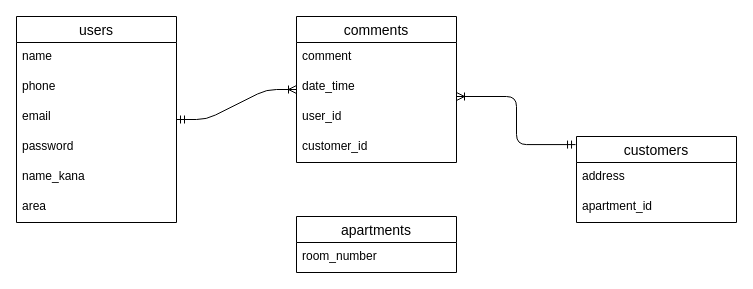
MaaaaaaaSa/VisitHistory keeps this draw.io diagram as visit.dio. Above is the earlier version. Source tidied: cells renumbered, new cells numbered last; positions are measured from the earlier drawing's top-left corner, leaving out a move shared by most shapes. Both pictures are drawn from the tidied source at 100%, with x=0, y=0 at pixel (16, 16).
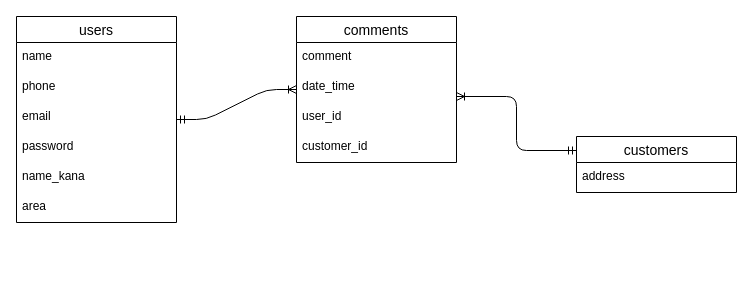
The same diagram, later.

The edit, as a diff of the source:
```diff
@@
     <mxCell id="9" value="customers" style="swimlane;fontStyle=0;horizontal=1;startSize=26;align=center;fontSize=14;" parent="1" vertex="1">
-      <mxGeometry x="560" y="120" width="160" height="86" as="geometry" />
+      <mxGeometry x="560" y="120" width="160" height="56" as="geometry" />
     </mxCell>
@@
-    <mxCell id="11" value="apartment_id" style="text;strokeColor=none;fillColor=none;spacingLeft=4;spacingRight=4;overflow=hidden;fontSize=12;" parent="9" vertex="1">
-      <mxGeometry y="56" width="160" height="30" as="geometry" />
-    </mxCell>
-    <mxCell id="12" value="apartments" style="swimlane;fontStyle=0;horizontal=1;startSize=26;align=center;fontSize=14;" parent="1" vertex="1">
-      <mxGeometry x="280" y="200" width="160" height="56" as="geometry" />
-    </mxCell>
-    <mxCell id="13" value="room_number" style="text;strokeColor=none;fillColor=none;spacingLeft=4;spacingRight=4;overflow=hidden;fontSize=12;" parent="12" vertex="1">
-      <mxGeometry y="26" width="160" height="30" as="geometry" />
-    </mxCell>
@@
-    <mxCell id="19" style="fontSize=12;html=1;endArrow=ERoneToMany;startArrow=ERmandOne;exitX=-0.006;exitY=0.094;exitDx=0;exitDy=0;exitPerimeter=0;edgeStyle=elbowEdgeStyle;" parent="1" edge="1" source="9">
+    <mxCell id="19" style="fontSize=12;html=1;endArrow=ERoneToMany;startArrow=ERmandOne;exitX=0;exitY=0.25;exitDx=0;exitDy=0;edgeStyle=elbowEdgeStyle;" parent="1" edge="1" source="9">
       <mxGeometry relative="1" as="geometry">
         <mxPoint x="440" y="80" as="targetPoint" />
       </mxGeometry>
     </mxCell>
```
